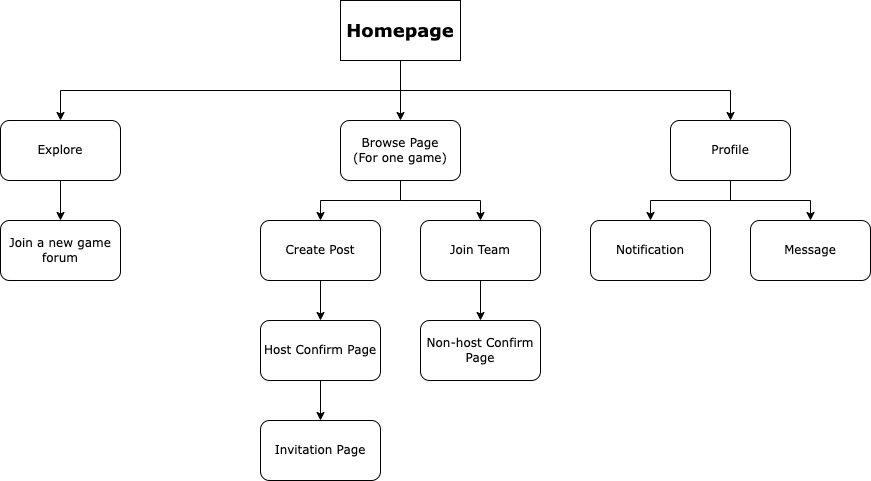
Earlier version of the draw.io export ux-design/Sitemap.png (software-students-spring2022/final-project-universal-lfg). Source tidied: cells renumbered, new cells last; positions are measured from the earlier drawing's top-left corner, leaving out a move shared by most shapes.
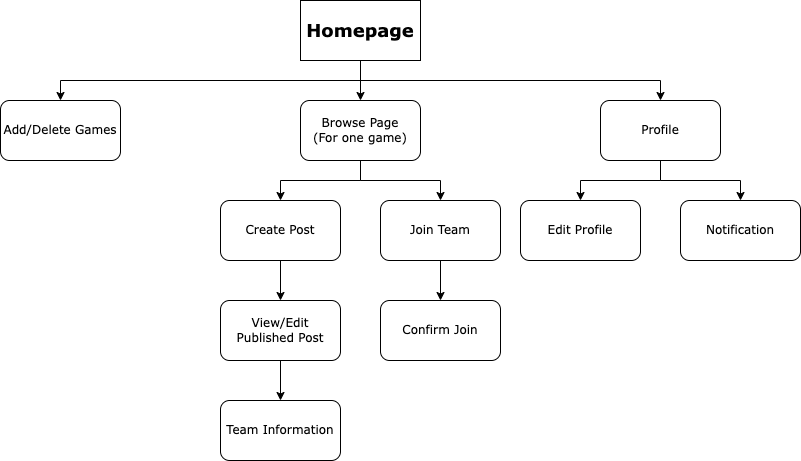
Later version of the same file.

Commit message:
Sitemap and wireframs updated

Diff of the diagram source:
```diff
@@ -1,75 +1,69 @@
 <mxGraphModel>
   <root>
-    <mxCell id="0" />
-    <mxCell id="1" parent="0" />
+    <mxCell id="25" />
+    <mxCell id="26" parent="25" />
-    <mxCell id="2" style="edgeStyle=orthogonalEdgeStyle;rounded=0;jettySize=auto;html=1;fontFamily=Verdana;" parent="1" edge="1" source="5" target="8">
+    <mxCell id="2" style="edgeStyle=orthogonalEdgeStyle;rounded=0;jettySize=auto;html=1;exitX=0.5;exitY=1;exitDx=0;exitDy=0;entryX=0.5;entryY=0;entryDx=0;entryDy=0;fontFamily=Verdana;" parent="26" edge="1" source="5" target="8">
       <mxGeometry relative="1" as="geometry" />
     </mxCell>
+    <mxCell id="27" style="edgeStyle=orthogonalEdgeStyle;rounded=0;jettySize=auto;html=1;exitX=0.5;exitY=1;exitDx=0;exitDy=0;entryX=0.5;entryY=0;entryDx=0;entryDy=0;fontFamily=Verdana;" parent="26" edge="1" source="5" target="28">
+      <mxGeometry relative="1" as="geometry" />
+    </mxCell>
-    <mxCell id="3" style="edgeStyle=orthogonalEdgeStyle;rounded=0;jettySize=auto;html=1;exitX=0.5;exitY=1;exitDx=0;exitDy=0;entryX=0.5;entryY=0;entryDx=0;entryDy=0;fontFamily=Verdana;" parent="1" edge="1" source="5" target="11">
+    <mxCell id="3" style="edgeStyle=orthogonalEdgeStyle;rounded=0;jettySize=auto;html=1;exitX=0.5;exitY=1;exitDx=0;exitDy=0;entryX=0.5;entryY=0;entryDx=0;entryDy=0;fontFamily=Verdana;" parent="26" edge="1" source="5" target="11">
       <mxGeometry relative="1" as="geometry" />
     </mxCell>
-    <mxCell id="4" style="edgeStyle=orthogonalEdgeStyle;rounded=0;jettySize=auto;html=1;exitX=0.5;exitY=1;exitDx=0;exitDy=0;entryX=0.5;entryY=0;entryDx=0;entryDy=0;fontFamily=Verdana;strokeColor=default;" parent="1" edge="1" source="5" target="13">
-      <mxGeometry relative="1" as="geometry" />
-    </mxCell>
-    <mxCell id="5" value="&lt;h2&gt;&lt;font face=&quot;Verdana&quot;&gt;Homepage&lt;/font&gt;&lt;/h2&gt;" style="rounded=0;whiteSpace=wrap;html=1;" parent="1" vertex="1">
-      <mxGeometry x="340" width="120" height="60" as="geometry" />
+    <mxCell id="5" value="&lt;h2&gt;&lt;font face=&quot;Verdana&quot;&gt;Homepage&lt;/font&gt;&lt;/h2&gt;" style="rounded=0;whiteSpace=wrap;html=1;" parent="26" vertex="1">
+      <mxGeometry x="410" y="130" width="120" height="60" as="geometry" />
     </mxCell>
-    <mxCell id="6" style="edgeStyle=orthogonalEdgeStyle;rounded=0;jettySize=auto;html=1;exitX=0.5;exitY=1;exitDx=0;exitDy=0;entryX=0.5;entryY=0;entryDx=0;entryDy=0;fontFamily=Verdana;strokeColor=default;" parent="1" edge="1" source="8" target="16">
+    <mxCell id="6" style="edgeStyle=orthogonalEdgeStyle;rounded=0;jettySize=auto;html=1;exitX=0.5;exitY=1;exitDx=0;exitDy=0;entryX=0.5;entryY=0;entryDx=0;entryDy=0;fontFamily=Verdana;" parent="26" edge="1" source="8" target="16">
       <mxGeometry relative="1" as="geometry" />
     </mxCell>
-    <mxCell id="7" style="edgeStyle=orthogonalEdgeStyle;rounded=0;jettySize=auto;html=1;exitX=0.5;exitY=1;exitDx=0;exitDy=0;entryX=0.5;entryY=0;entryDx=0;entryDy=0;fontFamily=Verdana;strokeColor=default;" parent="1" edge="1" source="8" target="18">
+    <mxCell id="7" style="edgeStyle=orthogonalEdgeStyle;rounded=0;jettySize=auto;html=1;exitX=0.5;exitY=1;exitDx=0;exitDy=0;entryX=0.5;entryY=0;entryDx=0;entryDy=0;fontFamily=Verdana;" parent="26" edge="1" source="8" target="18">
       <mxGeometry relative="1" as="geometry" />
     </mxCell>
-    <mxCell id="8" value="Browse Page&lt;br&gt;(For one game)" style="rounded=1;whiteSpace=wrap;html=1;fontFamily=Verdana;" parent="1" vertex="1">
-      <mxGeometry x="340" y="120" width="120" height="60" as="geometry" />
+    <mxCell id="8" value="Browse Page&lt;br&gt;(For one game)" style="rounded=1;whiteSpace=wrap;html=1;fontFamily=Verdana;" parent="26" vertex="1">
+      <mxGeometry x="410" y="230" width="120" height="60" as="geometry" />
     </mxCell>
+    <mxCell id="28" value="Add/Delete Games" style="rounded=1;whiteSpace=wrap;html=1;fontFamily=Verdana;" parent="26" vertex="1">
+      <mxGeometry x="110" y="230" width="120" height="60" as="geometry" />
+    </mxCell>
-    <mxCell id="9" style="edgeStyle=orthogonalEdgeStyle;rounded=0;jettySize=auto;html=1;exitX=0.5;exitY=1;exitDx=0;exitDy=0;entryX=0.5;entryY=0;entryDx=0;entryDy=0;fontFamily=Verdana;strokeColor=default;" parent="1" edge="1" source="11" target="19">
+    <mxCell id="9" style="edgeStyle=orthogonalEdgeStyle;rounded=0;jettySize=auto;html=1;exitX=0.5;exitY=1;exitDx=0;exitDy=0;entryX=0.5;entryY=0;entryDx=0;entryDy=0;fontFamily=Verdana;" parent="26" edge="1" source="11" target="19">
       <mxGeometry relative="1" as="geometry" />
     </mxCell>
-    <mxCell id="10" style="edgeStyle=orthogonalEdgeStyle;rounded=0;jettySize=auto;html=1;exitX=0.5;exitY=1;exitDx=0;exitDy=0;fontFamily=Verdana;strokeColor=default;" parent="1" edge="1" source="11" target="24">
-      <mxGeometry relative="1" as="geometry" />
-    </mxCell>
+    <mxCell id="29" style="edgeStyle=orthogonalEdgeStyle;rounded=0;jettySize=auto;html=1;exitX=0.5;exitY=1;exitDx=0;exitDy=0;entryX=0.5;entryY=0;entryDx=0;entryDy=0;fontColor=#B3B3B3;" parent="26" edge="1" source="11" target="36">
+      <mxGeometry relative="1" as="geometry" />
+    </mxCell>
-    <mxCell id="11" value="Profile" style="rounded=1;whiteSpace=wrap;html=1;fontFamily=Verdana;" parent="1" vertex="1">
-      <mxGeometry x="670" y="120" width="120" height="60" as="geometry" />
+    <mxCell id="11" value="Profile" style="rounded=1;whiteSpace=wrap;html=1;fontFamily=Verdana;" parent="26" vertex="1">
+      <mxGeometry x="710" y="230" width="120" height="60" as="geometry" />
     </mxCell>
-    <mxCell id="12" style="edgeStyle=orthogonalEdgeStyle;rounded=0;jettySize=auto;html=1;exitX=0.5;exitY=1;exitDx=0;exitDy=0;entryX=0.5;entryY=0;entryDx=0;entryDy=0;fontFamily=Verdana;strokeColor=default;" parent="1" edge="1" source="13" target="14">
-      <mxGeometry relative="1" as="geometry" />
-    </mxCell>
-    <mxCell id="13" value="Explore" style="rounded=1;whiteSpace=wrap;html=1;fontFamily=Verdana;" parent="1" vertex="1">
-      <mxGeometry y="120" width="120" height="60" as="geometry" />
-    </mxCell>
-    <mxCell id="14" value="Join a new game forum" style="rounded=1;whiteSpace=wrap;html=1;fontFamily=Verdana;" parent="1" vertex="1">
-      <mxGeometry y="220" width="120" height="60" as="geometry" />
-    </mxCell>
-    <mxCell id="15" style="edgeStyle=orthogonalEdgeStyle;rounded=0;jettySize=auto;html=1;exitX=0.5;exitY=1;exitDx=0;exitDy=0;entryX=0.5;entryY=0;entryDx=0;entryDy=0;fontFamily=Verdana;strokeColor=default;" parent="1" edge="1" source="16" target="21">
-      <mxGeometry relative="1" as="geometry" />
-    </mxCell>
+    <mxCell id="30" style="edgeStyle=orthogonalEdgeStyle;rounded=0;jettySize=auto;html=1;exitX=0.5;exitY=1;exitDx=0;exitDy=0;entryX=0.5;entryY=0;entryDx=0;entryDy=0;fontFamily=Verdana;" parent="26" edge="1" source="16" target="32">
+      <mxGeometry relative="1" as="geometry" />
+    </mxCell>
-    <mxCell id="16" value="Create Post" style="rounded=1;whiteSpace=wrap;html=1;fontFamily=Verdana;" parent="1" vertex="1">
-      <mxGeometry x="260" y="220" width="120" height="60" as="geometry" />
+    <mxCell id="16" value="Create Post" style="rounded=1;whiteSpace=wrap;html=1;fontFamily=Verdana;" parent="26" vertex="1">
+      <mxGeometry x="330" y="330" width="120" height="60" as="geometry" />
     </mxCell>
-    <mxCell id="17" style="edgeStyle=orthogonalEdgeStyle;rounded=0;jettySize=auto;html=1;exitX=0.5;exitY=1;exitDx=0;exitDy=0;entryX=0.5;entryY=0;entryDx=0;entryDy=0;fontFamily=Verdana;strokeColor=default;" parent="1" edge="1" source="18" target="22">
-      <mxGeometry relative="1" as="geometry" />
-    </mxCell>
+    <mxCell id="31" style="edgeStyle=orthogonalEdgeStyle;rounded=0;jettySize=auto;html=1;exitX=0.5;exitY=1;exitDx=0;exitDy=0;entryX=0.5;entryY=0;entryDx=0;entryDy=0;fontFamily=Verdana;" parent="26" edge="1" source="32" target="33">
+      <mxGeometry relative="1" as="geometry" />
+    </mxCell>
+    <mxCell id="32" value="View/Edit Published Post" style="rounded=1;whiteSpace=wrap;html=1;fontFamily=Verdana;" parent="26" vertex="1">
+      <mxGeometry x="330" y="430" width="120" height="60" as="geometry" />
+    </mxCell>
+    <mxCell id="33" value="Team Information" style="rounded=1;whiteSpace=wrap;html=1;fontFamily=Verdana;" parent="26" vertex="1">
+      <mxGeometry x="330" y="530" width="120" height="60" as="geometry" />
+    </mxCell>
+    <mxCell id="34" style="edgeStyle=orthogonalEdgeStyle;rounded=0;jettySize=auto;html=1;exitX=0.5;exitY=1;exitDx=0;exitDy=0;entryX=0.5;entryY=0;entryDx=0;entryDy=0;fontFamily=Verdana;" parent="26" edge="1" source="18" target="35">
+      <mxGeometry relative="1" as="geometry" />
+    </mxCell>
-    <mxCell id="18" value="Join Team" style="rounded=1;whiteSpace=wrap;html=1;fontFamily=Verdana;" parent="1" vertex="1">
-      <mxGeometry x="420" y="220" width="120" height="60" as="geometry" />
+    <mxCell id="18" value="Join Team" style="rounded=1;whiteSpace=wrap;html=1;fontFamily=Verdana;" parent="26" vertex="1">
+      <mxGeometry x="490" y="330" width="120" height="60" as="geometry" />
     </mxCell>
+    <mxCell id="35" value="Confirm Join" style="rounded=1;whiteSpace=wrap;html=1;fontFamily=Verdana;" parent="26" vertex="1">
+      <mxGeometry x="490" y="430" width="120" height="60" as="geometry" />
+    </mxCell>
-    <mxCell id="19" value="Notification" style="rounded=1;whiteSpace=wrap;html=1;fontFamily=Verdana;" parent="1" vertex="1">
-      <mxGeometry x="590" y="220" width="120" height="60" as="geometry" />
+    <mxCell id="19" value="Notification" style="rounded=1;whiteSpace=wrap;html=1;fontFamily=Verdana;" parent="26" vertex="1">
+      <mxGeometry x="790" y="330" width="120" height="60" as="geometry" />
     </mxCell>
-    <mxCell id="20" style="edgeStyle=orthogonalEdgeStyle;rounded=0;jettySize=auto;html=1;exitX=0.5;exitY=1;exitDx=0;exitDy=0;entryX=0.5;entryY=0;entryDx=0;entryDy=0;fontFamily=Verdana;strokeColor=default;" parent="1" edge="1" source="21" target="23">
-      <mxGeometry relative="1" as="geometry" />
-    </mxCell>
-    <mxCell id="21" value="Host Confirm Page" style="rounded=1;whiteSpace=wrap;html=1;fontFamily=Verdana;" parent="1" vertex="1">
-      <mxGeometry x="260" y="320" width="120" height="60" as="geometry" />
-    </mxCell>
-    <mxCell id="22" value="Non-host Confirm Page" style="rounded=1;whiteSpace=wrap;html=1;fontFamily=Verdana;" parent="1" vertex="1">
-      <mxGeometry x="420" y="320" width="120" height="60" as="geometry" />
-    </mxCell>
-    <mxCell id="23" value="Invitation Page" style="rounded=1;whiteSpace=wrap;html=1;fontFamily=Verdana;" parent="1" vertex="1">
-      <mxGeometry x="260" y="420" width="120" height="60" as="geometry" />
-    </mxCell>
-    <mxCell id="24" value="Message" style="rounded=1;whiteSpace=wrap;html=1;fontFamily=Verdana;" parent="1" vertex="1">
-      <mxGeometry x="750" y="220" width="120" height="60" as="geometry" />
-    </mxCell>
+    <mxCell id="36" value="Edit Profile" style="rounded=1;whiteSpace=wrap;html=1;fontFamily=Verdana;" parent="26" vertex="1">
+      <mxGeometry x="630" y="330" width="120" height="60" as="geometry" />
+    </mxCell>
   </root>
 </mxGraphModel>
```
